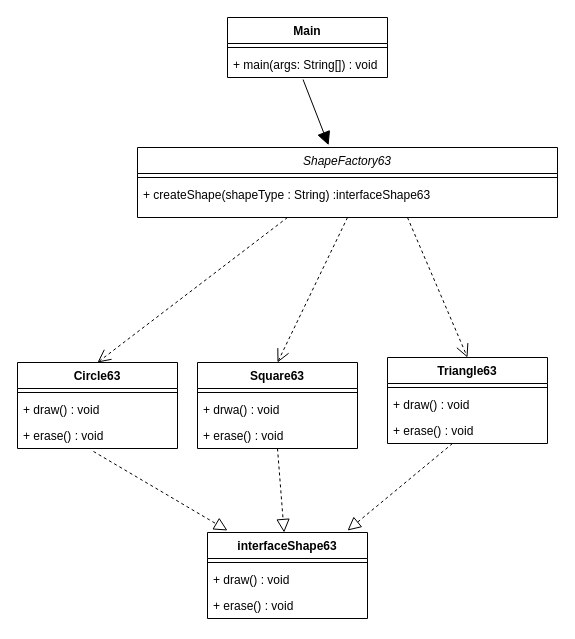
Earlier version of the draw.io diagram 简单工厂模式1.drawio (MyBozai/Java). Source tidied: cells renumbered, new cells numbered last; positions are measured from the earlier drawing's top-left corner, leaving out a move shared by most shapes. Both pictures are drawn from the tidied source at 100%, with x=0, y=0 at pixel (17, 17).
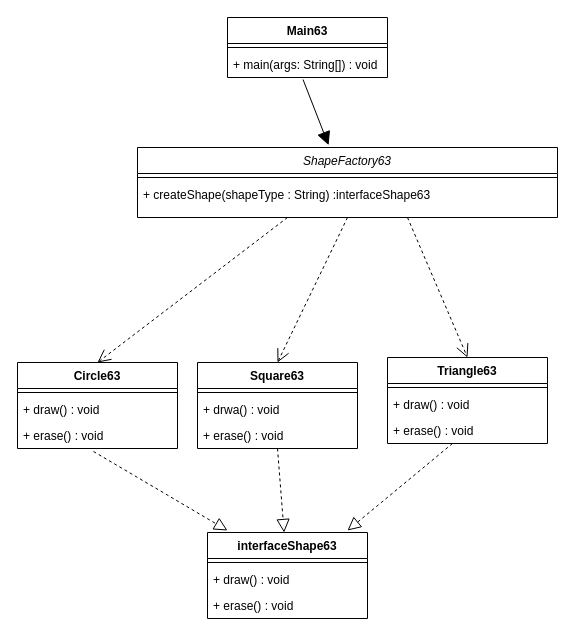
The same diagram, later.

Commit message:
更新简单工厂模式1.drawio

Diff of the diagram source:
```diff
@@
-    <mxCell id="13" value="Main" style="swimlane;fontStyle=1;align=center;verticalAlign=top;horizontal=1;startSize=26;whiteSpace=wrap;html=1;" parent="1" vertex="1">
+    <mxCell id="13" value="Main63" style="swimlane;fontStyle=1;align=center;verticalAlign=top;horizontal=1;startSize=26;whiteSpace=wrap;html=1;" parent="1" vertex="1">
       <mxGeometry x="210" width="160" height="60" as="geometry" />
     </mxCell>
```
